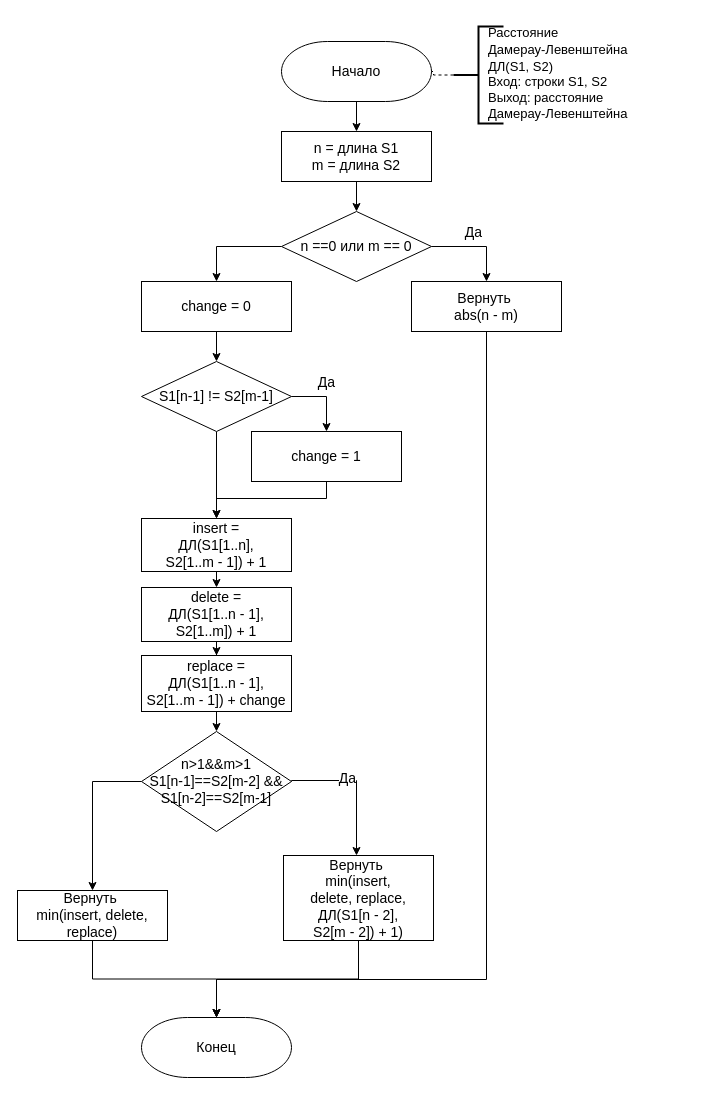
Earlier version of the draw.io diagram page "Д.-Л. Рекурсия" (2 of 5) of lab_01/docs/img/algoritms.drawio (Mansurow/bmstu-iu7-5sem-AA). Source tidied: cells renumbered, new cells numbered last; positions are measured from the earlier drawing's top-left corner, leaving out a move shared by most shapes. Both pictures are drawn from the tidied source at 100%, with x=0, y=0 at pixel (17, 17).
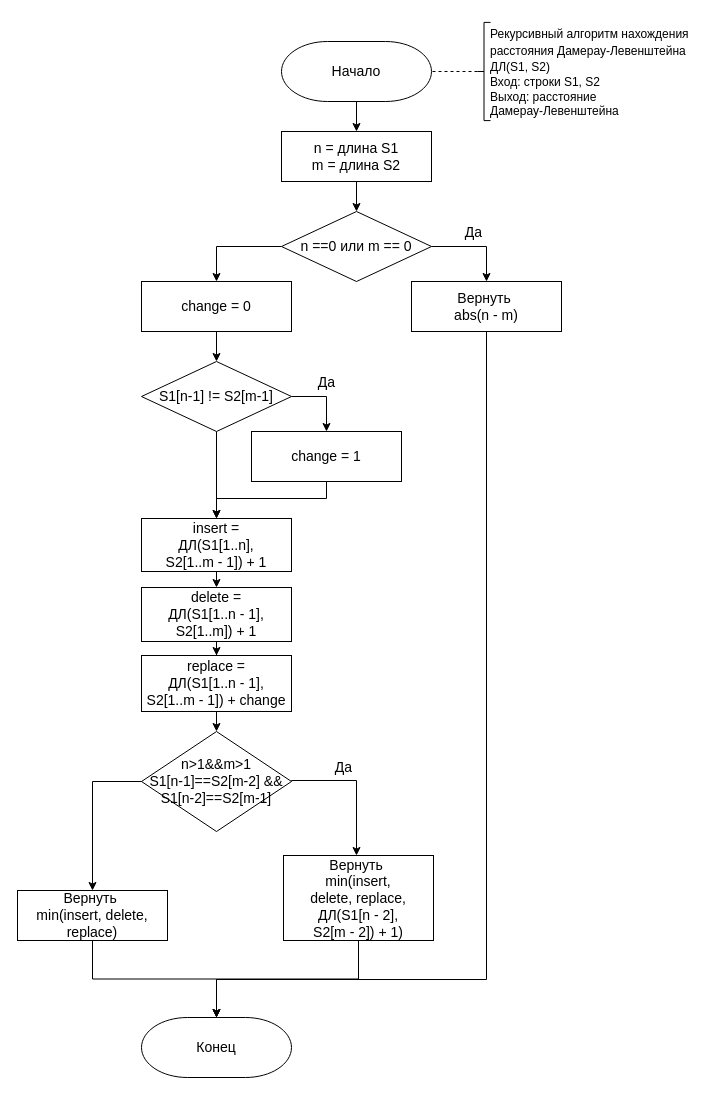
The same page after the edit.

Unchanged cells that the change refers to:
```xml
<mxCell id="21" style="edgeStyle=orthogonalEdgeStyle;rounded=0;jettySize=auto;html=1;exitX=1;exitY=0.5;exitDx=0;exitDy=0;fontSize=14;" parent="1" edge="1" source="23" target="33">
  <mxGeometry relative="1" as="geometry">
    <Array as="points">
      <mxPoint x="339" y="763" />
    </Array>
  </mxGeometry>
</mxCell>
```

The edit, as a diff of the source:
```diff
@@
     <mxCell id="22" value="&lt;font style=&quot;font-size: 14px;&quot;&gt;Да&lt;/font&gt;" style="edgeLabel;html=1;align=center;verticalAlign=middle;fontSize=14;" parent="21" vertex="1">
       <mxGeometry x="-0.41" y="1" relative="1" as="geometry">
-        <mxPoint x="14" y="-2" as="offset" />
+        <mxPoint x="10" y="-13" as="offset" />
       </mxGeometry>
     </mxCell>
@@
-    <mxCell id="36" style="strokeWidth=2;html=1;shape=mxgraph.flowchart.annotation_2;align=left;labelPosition=right;rounded=0;fontSize=14;" parent="1" vertex="1">
-      <mxGeometry x="436" y="9" width="50" height="97" as="geometry" />
+    <mxCell id="36" style="strokeWidth=1;html=1;shape=mxgraph.flowchart.annotation_2;align=left;labelPosition=right;rounded=0;fontSize=14;strokeColor=default;fillColor=default;" parent="1" vertex="1">
+      <mxGeometry x="460" y="4.9" width="13" height="98.2" as="geometry" />
     </mxCell>
-    <mxCell id="37" value="&lt;font style=&quot;font-size: 13px;&quot;&gt;Расстояние &lt;br style=&quot;&quot;&gt;Дамерау-Левенштейна&amp;nbsp;&lt;br style=&quot;&quot;&gt;&lt;span style=&quot;background-color: initial;&quot;&gt;ДЛ(S1, S2)&lt;/span&gt;&lt;br style=&quot;&quot;&gt;&lt;/font&gt;&lt;div style=&quot;font-size: 13px;&quot;&gt;&lt;font style=&quot;font-size: 13px;&quot;&gt;Вход: строки S1, S2&lt;/font&gt;&lt;/div&gt;&lt;div style=&quot;font-size: 13px;&quot;&gt;&lt;font style=&quot;font-size: 13px;&quot;&gt;Выход: расстояние&amp;nbsp;&lt;/font&gt;&lt;/div&gt;&lt;div style=&quot;font-size: 13px;&quot;&gt;&lt;font style=&quot;font-size: 13px;&quot;&gt;Дамерау-Левенштейна&lt;/font&gt;&lt;/div&gt;" style="text;html=1;align=left;verticalAlign=middle;fontSize=14;" parent="1" vertex="1">
-      <mxGeometry x="469" width="161" height="109" as="geometry" />
+    <mxCell id="37" value="&lt;font style=&quot;font-size: 12px;&quot;&gt;Рекурсивный алгоритм&amp;nbsp;нахождения &lt;br&gt;расстояния Дамерау-Левенштейна&amp;nbsp;&lt;br&gt;&lt;span style=&quot;background-color: initial;&quot;&gt;ДЛ(S1, S2)&lt;/span&gt;&lt;br style=&quot;&quot;&gt;&lt;/font&gt;&lt;div style=&quot;font-size: 12px;&quot;&gt;&lt;font style=&quot;font-size: 12px;&quot;&gt;Вход: строки S1, S2&lt;/font&gt;&lt;/div&gt;&lt;div style=&quot;font-size: 12px;&quot;&gt;&lt;font style=&quot;font-size: 12px;&quot;&gt;Выход: расстояние&amp;nbsp;&lt;/font&gt;&lt;/div&gt;&lt;div style=&quot;font-size: 12px;&quot;&gt;&lt;font style=&quot;font-size: 12px;&quot;&gt;Дамерау-Левенштейна&lt;/font&gt;&lt;/div&gt;" style="text;html=1;align=left;verticalAlign=middle;fontSize=14;" parent="1" vertex="1">
+      <mxGeometry x="471" y="1" width="217" height="106" as="geometry" />
     </mxCell>
```
